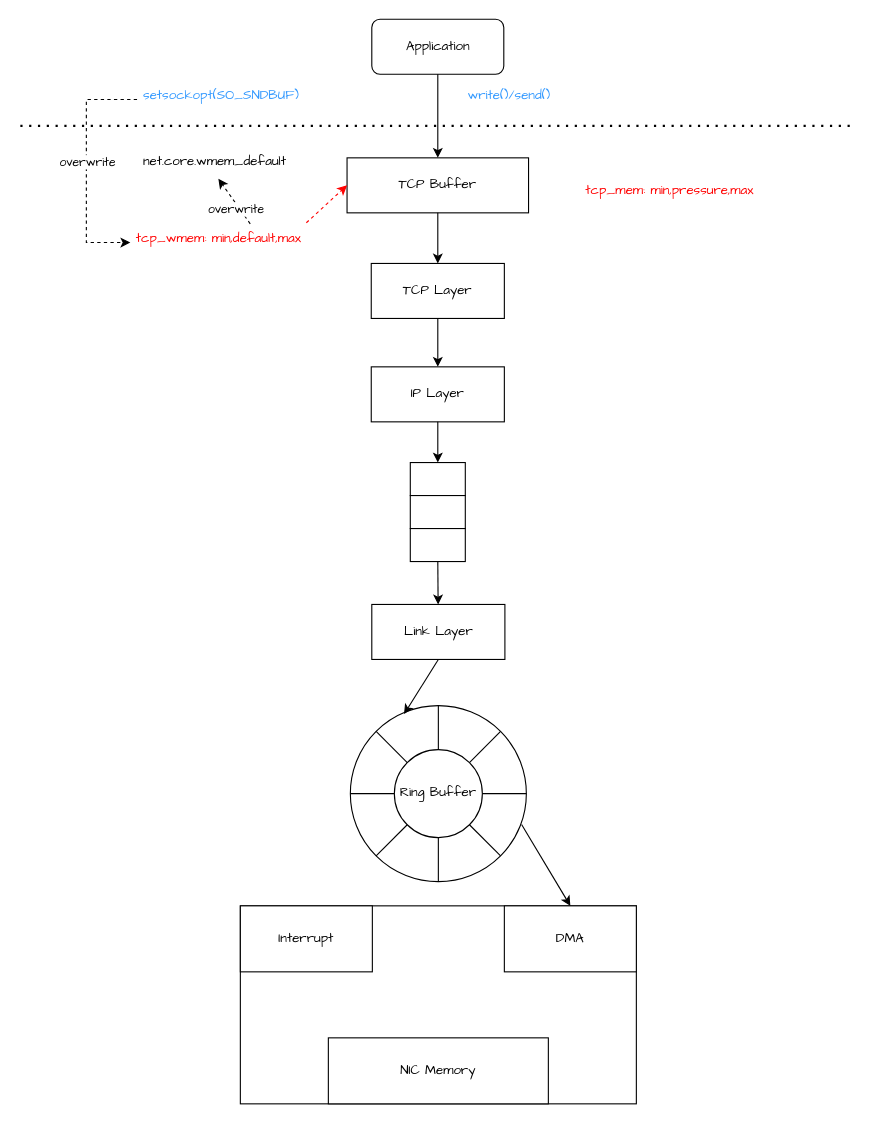
Before: tcp/tcp_send_recv_process.drawio in ShenChen1/how-to-reload-malloc-free, a draw.io diagram. Source tidied: cells renumbered, new cells numbered last; positions are measured from the earlier drawing's top-left corner, leaving out a move shared by most shapes. Both pictures are drawn from the tidied source at 110%, with x=0, y=0 at pixel (20, 19).
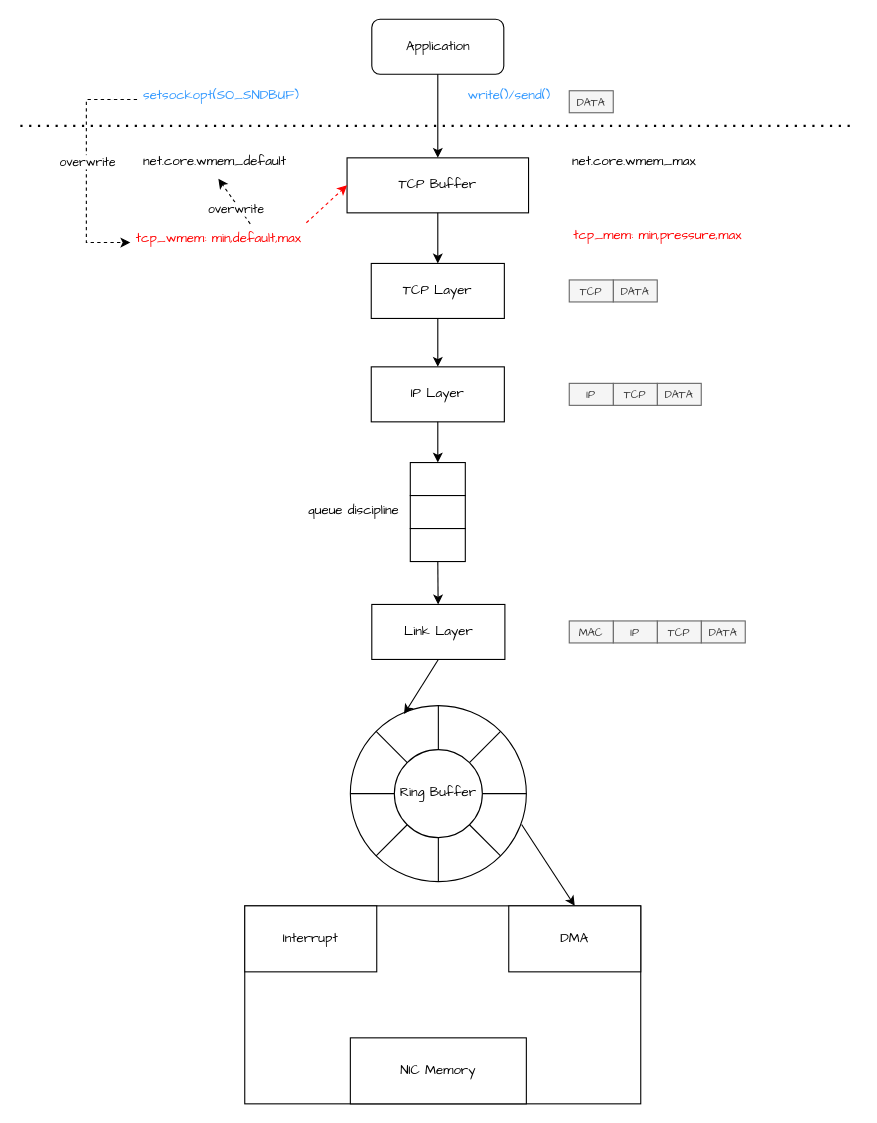
After the change.

Diff of the diagram source:
```diff
@@
     <mxCell id="12" style="rounded=0;whiteSpace=wrap;html=1;fontFamily=Comic Sans MS;" parent="1" vertex="1">
-      <mxGeometry x="200" y="806" width="360" height="180" as="geometry" />
+      <mxGeometry x="204" y="806" width="360" height="180" as="geometry" />
     </mxCell>
     <mxCell id="13" value="Interrupt" style="rounded=0;whiteSpace=wrap;html=1;fontFamily=Comic Sans MS;" parent="1" vertex="1">
-      <mxGeometry x="200" y="806" width="120" height="60" as="geometry" />
+      <mxGeometry x="204" y="806" width="120" height="60" as="geometry" />
     </mxCell>
     <mxCell id="14" value="DMA" style="rounded=0;whiteSpace=wrap;html=1;fontFamily=Comic Sans MS;" parent="1" vertex="1">
-      <mxGeometry x="440" y="806" width="120" height="60" as="geometry" />
+      <mxGeometry x="444" y="806" width="120" height="60" as="geometry" />
     </mxCell>
     <mxCell id="15" value="NIC Memory" style="rounded=0;whiteSpace=wrap;html=1;fontFamily=Comic Sans MS;" parent="1" vertex="1">
-      <mxGeometry x="280" y="926" width="200" height="60" as="geometry" />
+      <mxGeometry x="300" y="926" width="160" height="60" as="geometry" />
     </mxCell>
@@
-    <mxCell id="38" value="&lt;div&gt;tcp_mem: min,pressure,max&lt;/div&gt;" style="text;html=1;strokeColor=none;fillColor=none;align=center;verticalAlign=middle;rounded=0;fontFamily=Comic Sans MS;fontColor=#FF0000;" parent="1" vertex="1">
-      <mxGeometry x="510" y="145" width="160" height="21" as="geometry" />
-    </mxCell>
@@
+    <mxCell id="42" value="&lt;font style=&quot;font-size: 10px;&quot; face=&quot;Comic Sans MS&quot;&gt;DATA&lt;/font&gt;" style="rounded=0;whiteSpace=wrap;html=1;fontSize=10;fillColor=#f5f5f5;fontColor=#333333;strokeColor=#666666;" parent="1" vertex="1">
+      <mxGeometry x="499" y="65" width="40" height="20" as="geometry" />
+    </mxCell>
+    <mxCell id="43" value="&lt;font face=&quot;Comic Sans MS&quot;&gt;net.core.wmem_max&lt;/font&gt;" style="text;whiteSpace=wrap;html=1;" parent="1" vertex="1">
+      <mxGeometry x="500" y="115" width="140" height="30" as="geometry" />
+    </mxCell>
+    <mxCell id="44" value="&lt;font style=&quot;font-size: 10px;&quot; face=&quot;Comic Sans MS&quot;&gt;DATA&lt;/font&gt;" style="rounded=0;whiteSpace=wrap;html=1;fontSize=10;fillColor=#f5f5f5;fontColor=#333333;strokeColor=#666666;" parent="1" vertex="1">
+      <mxGeometry x="539" y="237" width="40" height="20" as="geometry" />
+    </mxCell>
+    <mxCell id="45" value="&lt;font style=&quot;font-size: 10px;&quot; face=&quot;Comic Sans MS&quot;&gt;TCP&lt;/font&gt;" style="rounded=0;whiteSpace=wrap;html=1;fontSize=10;fillColor=#f5f5f5;fontColor=#333333;strokeColor=#666666;" parent="1" vertex="1">
+      <mxGeometry x="499" y="237" width="40" height="20" as="geometry" />
+    </mxCell>
+    <mxCell id="46" value="&lt;font style=&quot;font-size: 10px;&quot; face=&quot;Comic Sans MS&quot;&gt;DATA&lt;/font&gt;" style="rounded=0;whiteSpace=wrap;html=1;fontSize=10;fillColor=#f5f5f5;fontColor=#333333;strokeColor=#666666;" parent="1" vertex="1">
+      <mxGeometry x="579" y="331" width="40" height="20" as="geometry" />
+    </mxCell>
+    <mxCell id="47" value="&lt;font style=&quot;font-size: 10px;&quot; face=&quot;Comic Sans MS&quot;&gt;TCP&lt;/font&gt;" style="rounded=0;whiteSpace=wrap;html=1;fontSize=10;fillColor=#f5f5f5;fontColor=#333333;strokeColor=#666666;" parent="1" vertex="1">
+      <mxGeometry x="539" y="331" width="40" height="20" as="geometry" />
+    </mxCell>
+    <mxCell id="48" value="&lt;font style=&quot;font-size: 10px;&quot; face=&quot;Comic Sans MS&quot;&gt;IP&lt;/font&gt;" style="rounded=0;whiteSpace=wrap;html=1;fontSize=10;fillColor=#f5f5f5;fontColor=#333333;strokeColor=#666666;" parent="1" vertex="1">
+      <mxGeometry x="499" y="331" width="40" height="20" as="geometry" />
+    </mxCell>
+    <mxCell id="49" value="&lt;div&gt;queue discipline&lt;br&gt;&lt;/div&gt;" style="text;whiteSpace=wrap;html=1;fontFamily=Comic Sans MS;" parent="1" vertex="1">
+      <mxGeometry x="260" y="433" width="90" height="22" as="geometry" />
+    </mxCell>
+    <mxCell id="50" value="&lt;font style=&quot;font-size: 10px;&quot; face=&quot;Comic Sans MS&quot;&gt;DATA&lt;/font&gt;" style="rounded=0;whiteSpace=wrap;html=1;fontSize=10;fillColor=#f5f5f5;fontColor=#333333;strokeColor=#666666;" parent="1" vertex="1">
+      <mxGeometry x="619" y="547" width="40" height="20" as="geometry" />
+    </mxCell>
+    <mxCell id="51" value="&lt;font style=&quot;font-size: 10px;&quot; face=&quot;Comic Sans MS&quot;&gt;TCP&lt;/font&gt;" style="rounded=0;whiteSpace=wrap;html=1;fontSize=10;fillColor=#f5f5f5;fontColor=#333333;strokeColor=#666666;" parent="1" vertex="1">
+      <mxGeometry x="579" y="547" width="40" height="20" as="geometry" />
+    </mxCell>
+    <mxCell id="52" value="&lt;font style=&quot;font-size: 10px;&quot; face=&quot;Comic Sans MS&quot;&gt;IP&lt;/font&gt;" style="rounded=0;whiteSpace=wrap;html=1;fontSize=10;fillColor=#f5f5f5;fontColor=#333333;strokeColor=#666666;" parent="1" vertex="1">
+      <mxGeometry x="539" y="547" width="40" height="20" as="geometry" />
+    </mxCell>
+    <mxCell id="53" value="&lt;font style=&quot;font-size: 10px;&quot; face=&quot;Comic Sans MS&quot;&gt;MAC&lt;/font&gt;" style="rounded=0;whiteSpace=wrap;html=1;fontSize=10;fillColor=#f5f5f5;fontColor=#333333;strokeColor=#666666;" parent="1" vertex="1">
+      <mxGeometry x="499" y="547" width="40" height="20" as="geometry" />
+    </mxCell>
+    <mxCell id="38" value="&lt;div&gt;tcp_mem: min,pressure,max&lt;/div&gt;" style="text;html=1;strokeColor=none;fillColor=none;align=center;verticalAlign=middle;rounded=0;fontFamily=Comic Sans MS;fontColor=#FF0000;" parent="1" vertex="1">
+      <mxGeometry x="499" y="186.5" width="160" height="21" as="geometry" />
+    </mxCell>
```
